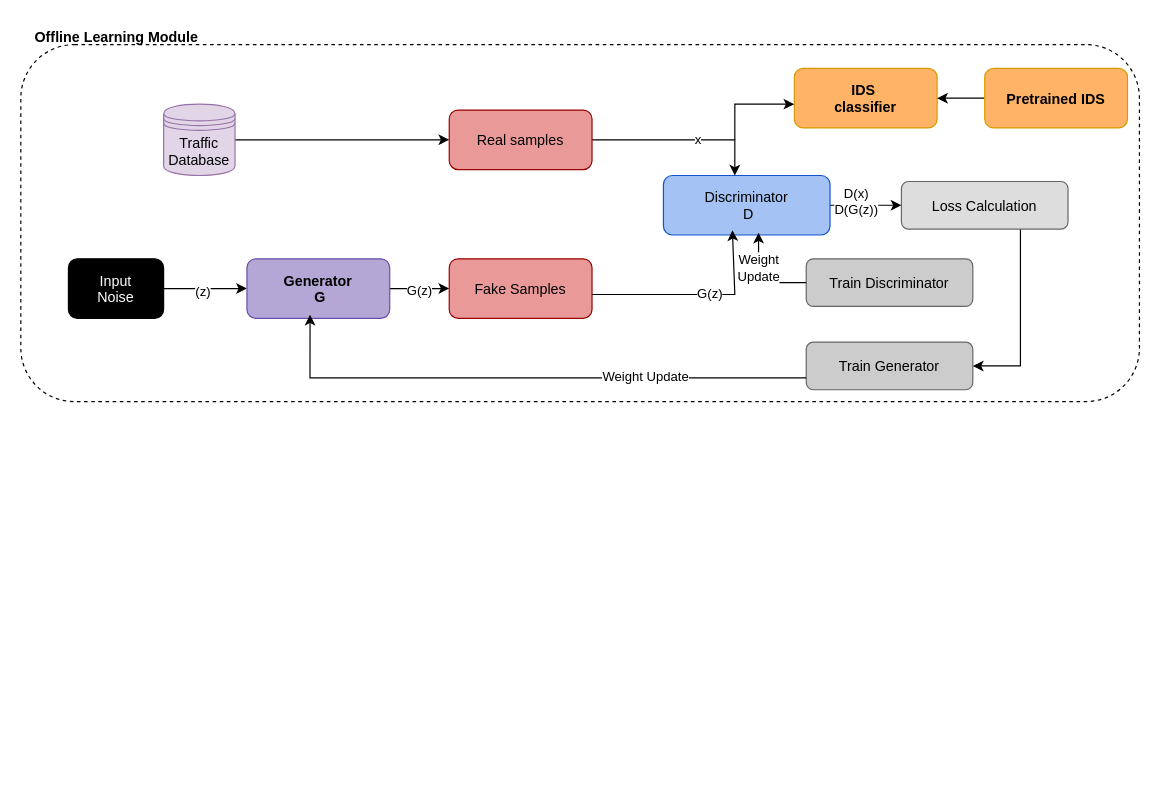
Before: overall_architecture.drawio in elgenio123/diagrams, a draw.io diagram. Source tidied: cells renumbered, new cells numbered last; positions are measured from the earlier drawing's top-left corner, leaving out a move shared by most shapes. Both pictures are drawn from the tidied source at 119%, with x=0, y=0 at pixel (20, 20).
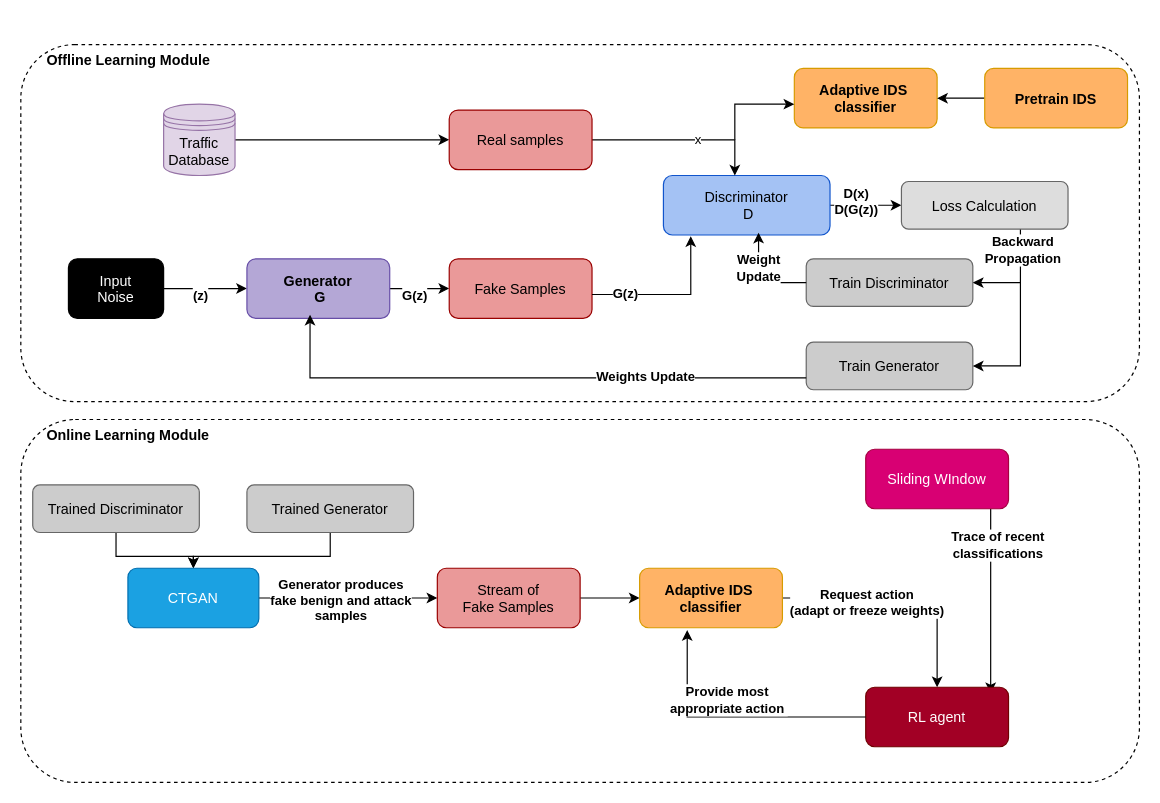
The same diagram, later.

Commit message:
Mettre à jour overall_architecture.drawio

The change refers to these unchanged cells:
```xml
<mxCell id="6" style="edgeStyle=orthogonalEdgeStyle;rounded=0;jettySize=auto;html=1;" parent="1" edge="1" source="8" target="11">
  <mxGeometry relative="1" as="geometry" />
</mxCell>
<mxCell id="9" style="edgeStyle=orthogonalEdgeStyle;rounded=0;jettySize=auto;html=1;" parent="1" edge="1" source="11" target="12">
  <mxGeometry relative="1" as="geometry" />
</mxCell>
<mxCell id="13" style="edgeStyle=orthogonalEdgeStyle;rounded=0;jettySize=auto;html=1;" parent="1" edge="1" source="15" target="26">
  <mxGeometry relative="1" as="geometry" />
</mxCell>
<mxCell id="15" value="Discriminator&#10; D" style="rounded=1;fillColor=#a4c2f4;strokeColor=#1155cc;" parent="1" vertex="1">
  <mxGeometry x="540" y="130" width="140" height="50" as="geometry" />
</mxCell>
<mxCell id="23" value="Train Discriminator" style="rounded=1;fillColor=#cccccc;strokeColor=#666666;" parent="1" vertex="1">
  <mxGeometry x="660" y="200" width="140" height="40" as="geometry" />
</mxCell>
<mxCell id="25" style="edgeStyle=orthogonalEdgeStyle;rounded=0;jettySize=auto;html=1;" parent="1" edge="1" source="26" target="24">
  <mxGeometry relative="1" as="geometry">
    <Array as="points">
      <mxPoint x="840" y="290" />
    </Array>
  </mxGeometry>
</mxCell>
<mxCell id="30" style="endArrow=classic;html=1;rounded=0;entryX=0.442;entryY=0.94;entryDx=0;entryDy=0;entryPerimeter=0;exitX=0;exitY=0.75;exitDx=0;exitDy=0;" parent="1" edge="1" source="24" target="11">
  <mxGeometry relative="1" as="geometry">
    <Array as="points">
      <mxPoint x="243" y="300" />
    </Array>
  </mxGeometry>
</mxCell>
<mxCell id="32" style="endArrow=classic;html=1;rounded=0;entryX=0.571;entryY=0.96;entryDx=0;entryDy=0;entryPerimeter=0;exitX=0;exitY=0.5;exitDx=0;exitDy=0;" parent="1" edge="1" source="23" target="15">
  <mxGeometry relative="1" as="geometry">
    <Array as="points">
      <mxPoint x="620" y="220" />
    </Array>
  </mxGeometry>
</mxCell>
```

What changed in the source:
```diff
@@
+    <mxCell id="34" style="rounded=1;dashed=1;fillColor=none;strokeColor=#000000;" parent="1" vertex="1">
+      <mxGeometry y="335" width="940" height="305" as="geometry" />
+    </mxCell>
@@
     <mxCell id="3" value="Offline Learning Module" style="text;html=1;fontStyle=1;fillColor=none;strokeColor=none;" parent="1" vertex="1">
-      <mxGeometry x="10" width="100" height="20" as="geometry" />
+      <mxGeometry x="20" y="20" width="100" height="20" as="geometry" />
     </mxCell>
-    <mxCell id="4" value="IDS &#10;classifier" style="rounded=1;fillColor=#ffb366;strokeColor=#d79b00;fontStyle=1;" parent="1" vertex="1">
+    <mxCell id="4" value="Adaptive IDS &#10;classifier" style="rounded=1;fillColor=#ffb366;strokeColor=#d79b00;fontStyle=1;" parent="1" vertex="1">
       <mxGeometry x="650" y="40" width="120" height="50" as="geometry" />
     </mxCell>
@@
-    <mxCell id="7" value="(z)" style="edgeLabel;html=1;align=center;verticalAlign=middle;" parent="6" vertex="1">
-      <mxGeometry x="-0.1" y="-2" relative="1" as="geometry" />
+    <mxCell id="7" value="&lt;b&gt;(z)&lt;/b&gt;" style="edgeLabel;html=1;align=center;verticalAlign=middle;" parent="6" vertex="1">
+      <mxGeometry x="-0.1" y="-2" relative="1" as="geometry">
+        <mxPoint x="-2" y="3" as="offset" />
+      </mxGeometry>
     </mxCell>
@@
-    <mxCell id="10" value="G(z)" style="edgeLabel;html=1;align=center;verticalAlign=middle;" parent="9" vertex="1">
-      <mxGeometry x="-0.05" y="-1" relative="1" as="geometry" />
+    <mxCell id="10" value="&lt;b&gt;G(z)&lt;/b&gt;" style="edgeLabel;html=1;align=center;verticalAlign=middle;" parent="9" vertex="1">
+      <mxGeometry x="-0.05" y="-1" relative="1" as="geometry">
+        <mxPoint x="-4" y="4" as="offset" />
+      </mxGeometry>
     </mxCell>
@@
-    <mxCell id="14" value="D(x)&lt;div&gt;D(G(z))&lt;/div&gt;" style="edgeLabel;html=1;align=center;verticalAlign=middle;" parent="13" vertex="1">
+    <mxCell id="14" value="&lt;b&gt;D(x)&lt;/b&gt;&lt;div&gt;&lt;b&gt;D(G(z))&lt;/b&gt;&lt;/div&gt;" style="edgeLabel;html=1;align=center;verticalAlign=middle;" parent="13" vertex="1">
       <mxGeometry x="-0.3" y="4" relative="1" as="geometry" />
     </mxCell>
@@
-    <mxCell id="21" style="endArrow=classic;html=1;rounded=0;entryX=0.414;entryY=0.92;entryDx=0;entryDy=0;entryPerimeter=0;" parent="1" edge="1" target="15">
+    <mxCell id="21" style="endArrow=classic;html=1;rounded=0;entryX=0.164;entryY=1.02;entryDx=0;entryDy=0;entryPerimeter=0;" parent="1" edge="1" target="15">
       <mxGeometry relative="1" as="geometry">
         <mxPoint x="480" y="230" as="sourcePoint" />
         <Array as="points">
-          <mxPoint x="600" y="230" />
+          <mxPoint x="563" y="230" />
         </Array>
       </mxGeometry>
     </mxCell>
-    <mxCell id="22" value="G(z)" style="edgeLabel;html=1;align=center;verticalAlign=middle;" parent="21" vertex="1">
-      <mxGeometry x="0.13" y="2" relative="1" as="geometry" />
+    <mxCell id="22" value="&lt;b&gt;G(z)&lt;/b&gt;" style="edgeLabel;html=1;align=center;verticalAlign=middle;" parent="21" vertex="1">
+      <mxGeometry x="0.13" y="2" relative="1" as="geometry">
+        <mxPoint x="-48" as="offset" />
+      </mxGeometry>
     </mxCell>
@@
+    <mxCell id="35" value="&lt;b&gt;Backward&lt;/b&gt;&lt;div&gt;&lt;b&gt;Propagation&lt;/b&gt;&lt;/div&gt;" style="edgeLabel;html=1;align=center;verticalAlign=middle;" parent="25" vertex="1">
+      <mxGeometry x="-0.78" y="1" relative="1" as="geometry" />
+    </mxCell>
@@
-    <mxCell id="29" value="Pretrained IDS" style="rounded=1;fillColor=#ffb366;strokeColor=#d79b00;fontStyle=1;" parent="1" vertex="1">
+    <mxCell id="29" value="Pretrain IDS" style="rounded=1;fillColor=#ffb366;strokeColor=#d79b00;fontStyle=1;" parent="1" vertex="1">
       <mxGeometry x="810" y="40" width="120" height="50" as="geometry" />
     </mxCell>
@@
-    <mxCell id="31" value="Weight Update" style="edgeLabel;html=1;align=center;verticalAlign=middle;" parent="30" vertex="1">
+    <mxCell id="31" value="&lt;b&gt;Weights Update&lt;/b&gt;" style="edgeLabel;html=1;align=center;verticalAlign=middle;" parent="30" vertex="1">
       <mxGeometry x="-0.42" y="-2" relative="1" as="geometry" />
     </mxCell>
@@
-    <mxCell id="33" value="Weight&lt;div&gt;Update&lt;/div&gt;" style="edgeLabel;html=1;align=center;verticalAlign=middle;" parent="32" vertex="1">
+    <mxCell id="33" value="Weight&lt;div&gt;Update&lt;/div&gt;" style="edgeLabel;html=1;align=center;verticalAlign=middle;fontStyle=1;" parent="32" vertex="1">
       <mxGeometry x="0.29" relative="1" as="geometry" />
     </mxCell>
+    <mxCell id="36" style="edgeStyle=orthogonalEdgeStyle;rounded=0;jettySize=auto;html=1;" parent="1" edge="1" source="37" target="42">
+      <mxGeometry relative="1" as="geometry" />
+    </mxCell>
+    <mxCell id="37" value="Trained Discriminator" style="rounded=1;fillColor=#cccccc;strokeColor=#666666;" parent="1" vertex="1">
+      <mxGeometry x="10" y="390" width="140" height="40" as="geometry" />
+    </mxCell>
+    <mxCell id="38" style="edgeStyle=orthogonalEdgeStyle;rounded=0;jettySize=auto;html=1;" parent="1" edge="1" source="39" target="42">
+      <mxGeometry relative="1" as="geometry">
+        <Array as="points">
+          <mxPoint x="260" y="450" />
+          <mxPoint x="145" y="450" />
+        </Array>
+      </mxGeometry>
+    </mxCell>
+    <mxCell id="39" value="Trained Generator" style="rounded=1;fillColor=#cccccc;strokeColor=#666666;" parent="1" vertex="1">
+      <mxGeometry x="190" y="390" width="140" height="40" as="geometry" />
+    </mxCell>
+    <mxCell id="40" style="edgeStyle=orthogonalEdgeStyle;rounded=0;jettySize=auto;html=1;" parent="1" edge="1" source="42" target="44">
+      <mxGeometry relative="1" as="geometry" />
+    </mxCell>
+    <mxCell id="41" value="&lt;b&gt;&lt;font&gt;Generator produces&lt;br&gt;fake benign and attack&lt;/font&gt;&lt;/b&gt;&lt;div&gt;&lt;b&gt;&lt;font&gt;samples&lt;/font&gt;&lt;/b&gt;&lt;/div&gt;" style="edgeLabel;html=1;align=center;verticalAlign=middle;" parent="40" vertex="1">
+      <mxGeometry x="-0.1" y="-1" relative="1" as="geometry" />
+    </mxCell>
+    <mxCell id="42" value="CTGAN" style="rounded=1;fillColor=#1ba1e2;fontColor=#ffffff;strokeColor=#006EAF;" parent="1" vertex="1">
+      <mxGeometry x="90" y="460" width="110" height="50" as="geometry" />
+    </mxCell>
+    <mxCell id="43" style="edgeStyle=orthogonalEdgeStyle;rounded=0;jettySize=auto;html=1;" parent="1" edge="1" source="44" target="47">
+      <mxGeometry relative="1" as="geometry" />
+    </mxCell>
+    <mxCell id="44" value="Stream of&#10;Fake Samples" style="rounded=1;fillColor=#ea9999;strokeColor=#990000;" parent="1" vertex="1">
+      <mxGeometry x="350" y="460" width="120" height="50" as="geometry" />
+    </mxCell>
+    <mxCell id="45" style="edgeStyle=orthogonalEdgeStyle;rounded=0;jettySize=auto;html=1;" parent="1" edge="1" source="47" target="51">
+      <mxGeometry relative="1" as="geometry" />
+    </mxCell>
+    <mxCell id="46" value="&lt;b&gt;Request action&lt;/b&gt;&lt;div&gt;&lt;b&gt;(adapt or freeze weights)&lt;/b&gt;&lt;/div&gt;" style="edgeLabel;html=1;align=center;verticalAlign=middle;" parent="45" vertex="1">
+      <mxGeometry x="0.07" y="2" relative="1" as="geometry">
+        <mxPoint x="-40" y="5" as="offset" />
+      </mxGeometry>
+    </mxCell>
+    <mxCell id="47" value="Adaptive IDS &#10;classifier" style="rounded=1;fillColor=#ffb366;strokeColor=#d79b00;fontStyle=1;" parent="1" vertex="1">
+      <mxGeometry x="520" y="460" width="120" height="50" as="geometry" />
+    </mxCell>
+    <mxCell id="48" style="edgeStyle=orthogonalEdgeStyle;rounded=0;jettySize=auto;html=1;entryX=0.875;entryY=0.1;entryDx=0;entryDy=0;entryPerimeter=0;" parent="1" edge="1" source="50" target="51">
+      <mxGeometry relative="1" as="geometry">
+        <Array as="points">
+          <mxPoint x="815" y="450" />
+          <mxPoint x="815" y="450" />
+        </Array>
+      </mxGeometry>
+    </mxCell>
+    <mxCell id="49" value="&lt;b&gt;Trace of recent&lt;/b&gt;&lt;div&gt;&lt;b&gt;classifications&lt;/b&gt;&lt;/div&gt;" style="edgeLabel;html=1;align=center;verticalAlign=middle;" parent="48" vertex="1">
+      <mxGeometry x="0.11" relative="1" as="geometry">
+        <mxPoint x="5" y="-56" as="offset" />
+      </mxGeometry>
+    </mxCell>
+    <mxCell id="50" value="Sliding WIndow" style="rounded=1;fillColor=#d80073;strokeColor=#A50040;fontColor=#ffffff;" parent="1" vertex="1">
+      <mxGeometry x="710" y="360" width="120" height="50" as="geometry" />
+    </mxCell>
+    <mxCell id="51" value="RL agent" style="rounded=1;fillColor=#a20025;strokeColor=#6F0000;fontColor=#ffffff;" parent="1" vertex="1">
+      <mxGeometry x="710" y="560" width="120" height="50" as="geometry" />
+    </mxCell>
+    <mxCell id="52" style="endArrow=classic;html=1;rounded=0;exitX=0;exitY=0.5;exitDx=0;exitDy=0;" parent="1" edge="1" source="51">
+      <mxGeometry relative="1" as="geometry">
+        <mxPoint x="560" y="512" as="targetPoint" />
+        <Array as="points">
+          <mxPoint x="560" y="585" />
+        </Array>
+      </mxGeometry>
+    </mxCell>
+    <mxCell id="53" value="&lt;b&gt;Provide most&amp;nbsp;&lt;/b&gt;&lt;div&gt;&lt;b&gt;appropriate action&amp;nbsp;&lt;/b&gt;&lt;/div&gt;" style="edgeLabel;html=1;align=center;verticalAlign=middle;" parent="52" vertex="1">
+      <mxGeometry x="0.04" relative="1" as="geometry">
+        <mxPoint y="-15" as="offset" />
+      </mxGeometry>
+    </mxCell>
+    <mxCell id="54" value="Online Learning Module" style="text;html=1;fontStyle=1;fillColor=none;strokeColor=none;" parent="1" vertex="1">
+      <mxGeometry x="20" y="335" width="100" height="20" as="geometry" />
+    </mxCell>
+    <mxCell id="55" style="endArrow=classic;html=1;rounded=0;" parent="1" edge="1" target="23">
+      <mxGeometry relative="1" as="geometry">
+        <mxPoint x="840" y="220" as="sourcePoint" />
+      </mxGeometry>
+    </mxCell>
```
